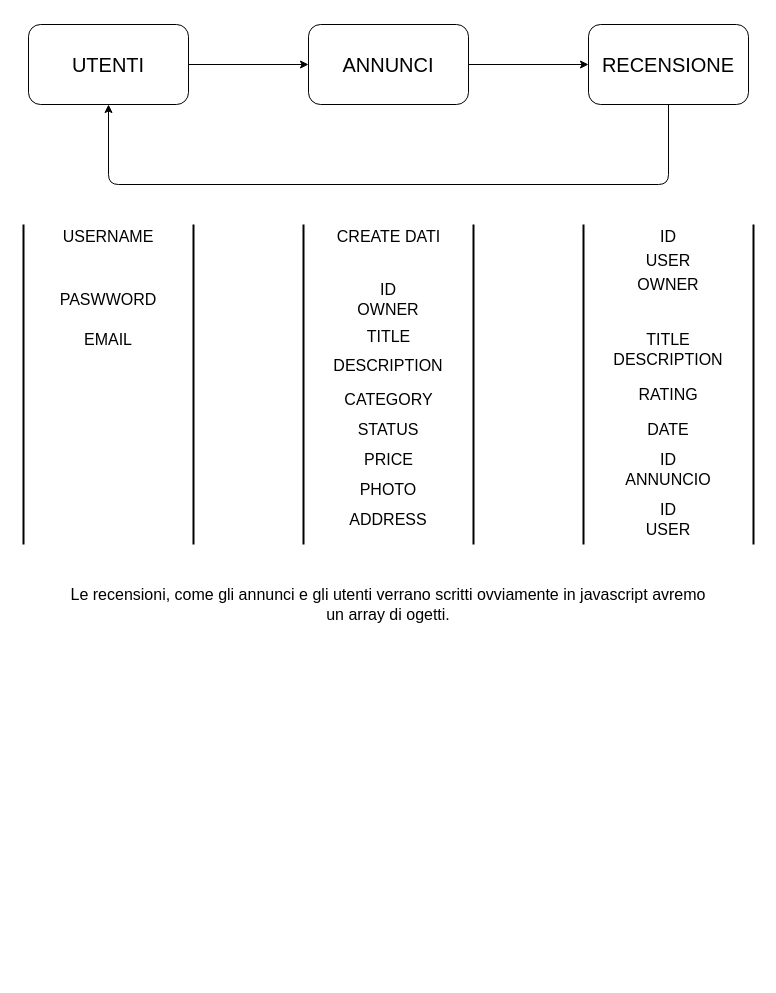
GiuseppeRandazzo/Progetto-Code keeps this draw.io diagram as strutturasitoacquisti.Dio. Above is the earlier version. Source tidied: cells renumbered, new cells numbered last; positions are measured from the earlier drawing's top-left corner, leaving out a move shared by most shapes. Both pictures are drawn from the tidied source at 100%, with x=0, y=0 at pixel (18, 24).
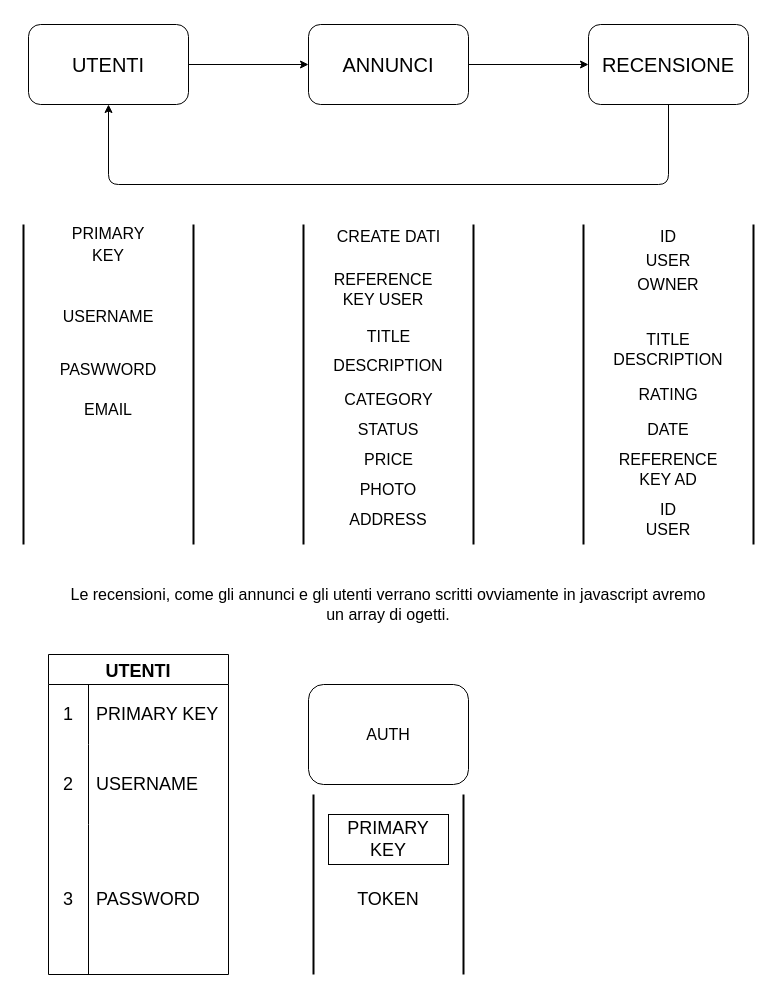
After the change.

What changed in the source:
```diff
@@
     <mxCell id="16" value="&lt;font style=&quot;font-size: 16px;&quot;&gt;USERNAME&lt;/font&gt;" style="text;strokeColor=none;align=center;fillColor=none;html=1;verticalAlign=middle;whiteSpace=wrap;rounded=1;fontSize=21;" parent="1" vertex="1">
-      <mxGeometry x="60" y="190" width="60" height="40" as="geometry" />
+      <mxGeometry x="60" y="270" width="60" height="40" as="geometry" />
     </mxCell>
@@
     <mxCell id="22" value="PASWWORD" style="text;strokeColor=none;align=center;fillColor=none;html=1;verticalAlign=middle;whiteSpace=wrap;rounded=1;fontSize=16;" parent="1" vertex="1">
-      <mxGeometry x="60" y="260" width="60" height="30" as="geometry" />
+      <mxGeometry x="60" y="330" width="60" height="30" as="geometry" />
     </mxCell>
     <mxCell id="23" value="EMAIL" style="text;strokeColor=none;align=center;fillColor=none;html=1;verticalAlign=middle;whiteSpace=wrap;rounded=1;fontSize=16;" parent="1" vertex="1">
-      <mxGeometry x="60" y="300" width="60" height="30" as="geometry" />
+      <mxGeometry x="60" y="370" width="60" height="30" as="geometry" />
     </mxCell>
@@
-    <mxCell id="26" value="&lt;span style=&quot;font-family: Helvetica; font-size: 16px;&quot;&gt;DESCRIPTION&lt;/span&gt;" style="text;strokeColor=none;align=center;fillColor=none;html=1;verticalAlign=middle;whiteSpace=wrap;rounded=0;sketch=1;hachureGap=4;jiggle=2;curveFitting=1;fontFamily=Architects Daughter;fontSize=20;" parent="1" vertex="1">
+    <mxCell id="26" value="&lt;span style=&quot;font-family: Helvetica; font-size: 16px;&quot;&gt;DESCRIPTION&lt;/span&gt;" style="text;strokeColor=none;align=center;fillColor=none;html=1;verticalAlign=middle;whiteSpace=wrap;rounded=1;hachureGap=4;fontFamily=Architects Daughter;fontSize=20;" parent="1" vertex="1">
       <mxGeometry x="340" y="325" width="60" height="30" as="geometry" />
     </mxCell>
-    <mxCell id="27" value="&lt;font style=&quot;font-size: 16px;&quot; face=&quot;Helvetica&quot;&gt;ID USER OWNER&lt;/font&gt;" style="text;strokeColor=none;align=center;fillColor=none;html=1;verticalAlign=middle;whiteSpace=wrap;rounded=0;sketch=1;hachureGap=4;jiggle=2;curveFitting=1;fontFamily=Architects Daughter;fontSize=20;" parent="1" vertex="1">
+    <mxCell id="27" value="&lt;font style=&quot;font-size: 16px;&quot; face=&quot;Helvetica&quot;&gt;ID USER OWNER&lt;/font&gt;" style="text;strokeColor=none;align=center;fillColor=none;html=1;verticalAlign=middle;whiteSpace=wrap;rounded=1;hachureGap=4;fontFamily=Architects Daughter;fontSize=20;" parent="1" vertex="1">
       <mxGeometry x="620" y="220" width="60" height="30" as="geometry" />
     </mxCell>
-    <mxCell id="28" value="TITLE&lt;br&gt;DESCRIPTION" style="text;strokeColor=none;align=center;fillColor=none;html=1;verticalAlign=middle;whiteSpace=wrap;rounded=0;sketch=1;hachureGap=4;jiggle=2;curveFitting=1;fontFamily=Helvetica;fontSize=16;" parent="1" vertex="1">
+    <mxCell id="28" value="TITLE&lt;br&gt;DESCRIPTION" style="text;strokeColor=none;align=center;fillColor=none;html=1;verticalAlign=middle;whiteSpace=wrap;rounded=1;hachureGap=4;fontFamily=Helvetica;fontSize=16;" parent="1" vertex="1">
       <mxGeometry x="620" y="310" width="60" height="30" as="geometry" />
     </mxCell>
-    <mxCell id="29" value="RATING" style="text;strokeColor=none;align=center;fillColor=none;html=1;verticalAlign=middle;whiteSpace=wrap;rounded=0;sketch=1;hachureGap=4;jiggle=2;curveFitting=1;fontFamily=Helvetica;fontSize=16;" parent="1" vertex="1">
+    <mxCell id="29" value="RATING" style="text;strokeColor=none;align=center;fillColor=none;html=1;verticalAlign=middle;whiteSpace=wrap;rounded=1;hachureGap=4;fontFamily=Helvetica;fontSize=16;" parent="1" vertex="1">
       <mxGeometry x="620" y="355" width="60" height="30" as="geometry" />
     </mxCell>
-    <mxCell id="30" value="DATE" style="text;strokeColor=none;align=center;fillColor=none;html=1;verticalAlign=middle;whiteSpace=wrap;rounded=0;sketch=1;hachureGap=4;jiggle=2;curveFitting=1;fontFamily=Helvetica;fontSize=16;" parent="1" vertex="1">
+    <mxCell id="30" value="DATE" style="text;strokeColor=none;align=center;fillColor=none;html=1;verticalAlign=middle;whiteSpace=wrap;rounded=1;hachureGap=4;fontFamily=Helvetica;fontSize=16;" parent="1" vertex="1">
       <mxGeometry x="620" y="390" width="60" height="30" as="geometry" />
     </mxCell>
-    <mxCell id="31" value="ID ANNUNCIO" style="text;strokeColor=none;align=center;fillColor=none;html=1;verticalAlign=middle;whiteSpace=wrap;rounded=0;sketch=1;hachureGap=4;jiggle=2;curveFitting=1;fontFamily=Helvetica;fontSize=16;" parent="1" vertex="1">
+    <mxCell id="31" value="REFERENCE KEY AD" style="text;strokeColor=none;align=center;fillColor=none;html=1;verticalAlign=middle;whiteSpace=wrap;rounded=1;hachureGap=4;fontFamily=Helvetica;fontSize=16;" parent="1" vertex="1">
       <mxGeometry x="620" y="430" width="60" height="30" as="geometry" />
     </mxCell>
-    <mxCell id="32" value="ID OWNER" style="text;strokeColor=none;align=center;fillColor=none;html=1;verticalAlign=middle;whiteSpace=wrap;rounded=0;sketch=1;hachureGap=4;jiggle=2;curveFitting=1;fontFamily=Helvetica;fontSize=16;" parent="1" vertex="1">
-      <mxGeometry x="340" y="260" width="60" height="30" as="geometry" />
+    <mxCell id="32" value="REFERENCE KEY USER&lt;br&gt;" style="text;strokeColor=none;align=center;fillColor=none;html=1;verticalAlign=middle;whiteSpace=wrap;rounded=1;hachureGap=4;fontFamily=Helvetica;fontSize=16;" parent="1" vertex="1">
+      <mxGeometry x="335" y="250" width="60" height="30" as="geometry" />
     </mxCell>
-    <mxCell id="33" value="ID USER&lt;br&gt;" style="text;strokeColor=none;align=center;fillColor=none;html=1;verticalAlign=middle;whiteSpace=wrap;rounded=0;sketch=1;hachureGap=4;jiggle=2;curveFitting=1;fontFamily=Helvetica;fontSize=16;" parent="1" vertex="1">
+    <mxCell id="33" value="ID USER&lt;br&gt;" style="text;strokeColor=none;align=center;fillColor=none;html=1;verticalAlign=middle;whiteSpace=wrap;rounded=1;hachureGap=4;fontFamily=Helvetica;fontSize=16;" parent="1" vertex="1">
       <mxGeometry x="620" y="480" width="60" height="30" as="geometry" />
     </mxCell>
-    <mxCell id="34" value="Le recensioni, come gli annunci e gli utenti verrano scritti ovviamente in javascript avremo un array di ogetti." style="text;strokeColor=none;align=center;fillColor=none;html=1;verticalAlign=middle;whiteSpace=wrap;rounded=0;sketch=1;hachureGap=4;jiggle=2;curveFitting=1;fontFamily=Helvetica;fontSize=16;" parent="1" vertex="1">
+    <mxCell id="34" value="Le recensioni, come gli annunci e gli utenti verrano scritti ovviamente in javascript avremo un array di ogetti." style="text;strokeColor=none;align=center;fillColor=none;html=1;verticalAlign=middle;whiteSpace=wrap;rounded=1;hachureGap=4;fontFamily=Helvetica;fontSize=16;" parent="1" vertex="1">
       <mxGeometry x="50" y="520" width="640" height="120" as="geometry" />
     </mxCell>
+    <mxCell id="35" value="AUTH" style="whiteSpace=wrap;html=1;rounded=1;hachureGap=4;fontFamily=Helvetica;fontSize=16;" parent="1" vertex="1">
+      <mxGeometry x="290" y="660" width="160" height="100" as="geometry" />
+    </mxCell>
+    <mxCell id="36" style="line;strokeWidth=2;direction=south;html=1;" parent="1" vertex="1">
+      <mxGeometry x="440" y="770" width="10" height="180" as="geometry" />
+    </mxCell>
+    <mxCell id="37" style="line;strokeWidth=2;direction=south;html=1;" parent="1" vertex="1">
+      <mxGeometry x="290" y="770" width="10" height="180" as="geometry" />
+    </mxCell>
+    <mxCell id="38" value="&lt;font style=&quot;font-size: 18px;&quot;&gt;PRIMARY KEY&lt;br&gt;&lt;/font&gt;" style="whiteSpace=wrap;html=1;" parent="1" vertex="1">
+      <mxGeometry x="310" y="790" width="120" height="50" as="geometry" />
+    </mxCell>
+    <mxCell id="39" value="UTENTI" style="shape=table;startSize=30;childLayout=tableLayout;rowLines=0;fontStyle=1;fontSize=18;" parent="1" vertex="1">
+      <mxGeometry x="30" y="630" width="180" height="320" as="geometry" />
+    </mxCell>
+    <mxCell id="40" style="shape=tableRow;horizontal=0;startSize=0;swimlaneHead=0;swimlaneBody=0;top=0;left=0;bottom=0;right=0;fillColor=none;fontSize=18;" parent="39" vertex="1">
+      <mxGeometry y="30" width="180" height="60" as="geometry" />
+    </mxCell>
+    <mxCell id="41" value="1" style="shape=partialRectangle;html=1;whiteSpace=wrap;fillColor=none;top=0;left=0;bottom=0;right=0;overflow=hidden;fontSize=18;" parent="40" vertex="1">
+      <mxGeometry width="40" height="60" as="geometry" />
+    </mxCell>
+    <mxCell id="42" value="PRIMARY KEY" style="shape=partialRectangle;html=1;whiteSpace=wrap;fillColor=none;top=0;left=0;bottom=0;right=0;align=left;spacingLeft=6;overflow=hidden;fontSize=18;" parent="40" vertex="1">
+      <mxGeometry x="40" width="140" height="60" as="geometry" />
+    </mxCell>
+    <mxCell id="43" style="shape=tableRow;horizontal=0;startSize=0;swimlaneHead=0;swimlaneBody=0;top=0;left=0;bottom=0;right=0;fillColor=none;fontSize=18;" parent="39" vertex="1">
+      <mxGeometry y="90" width="180" height="80" as="geometry" />
+    </mxCell>
+    <mxCell id="44" value="2" style="shape=partialRectangle;html=1;whiteSpace=wrap;fillColor=none;top=0;left=0;bottom=0;right=0;overflow=hidden;fontSize=18;" parent="43" vertex="1">
+      <mxGeometry width="40" height="80" as="geometry" />
+    </mxCell>
+    <mxCell id="45" value="USERNAME" style="shape=partialRectangle;html=1;whiteSpace=wrap;fillColor=none;top=0;left=0;bottom=0;right=0;align=left;spacingLeft=6;overflow=hidden;fontSize=18;" parent="43" vertex="1">
+      <mxGeometry x="40" width="140" height="80" as="geometry" />
+    </mxCell>
+    <mxCell id="46" style="shape=tableRow;horizontal=0;startSize=0;swimlaneHead=0;swimlaneBody=0;top=0;left=0;bottom=0;right=0;fillColor=none;fontSize=18;" parent="39" vertex="1">
+      <mxGeometry y="170" width="180" height="150" as="geometry" />
+    </mxCell>
+    <mxCell id="47" value="3" style="shape=partialRectangle;html=1;whiteSpace=wrap;fillColor=none;top=0;left=0;bottom=0;right=0;overflow=hidden;fontSize=18;" parent="46" vertex="1">
+      <mxGeometry width="40" height="150" as="geometry" />
+    </mxCell>
+    <mxCell id="48" value="PASSWORD" style="shape=partialRectangle;html=1;whiteSpace=wrap;fillColor=none;top=0;left=0;bottom=0;right=0;align=left;spacingLeft=6;overflow=hidden;fontSize=18;" parent="46" vertex="1">
+      <mxGeometry x="40" width="140" height="150" as="geometry" />
+    </mxCell>
+    <mxCell id="49" value="TOKEN" style="text;strokeColor=none;align=center;fillColor=none;html=1;verticalAlign=middle;whiteSpace=wrap;rounded=0;fontSize=18;" parent="1" vertex="1">
+      <mxGeometry x="340" y="860" width="60" height="30" as="geometry" />
+    </mxCell>
+    <mxCell id="50" value="&lt;font style=&quot;font-size: 16px;&quot;&gt;PRIMARY KEY&lt;/font&gt;" style="text;strokeColor=none;align=center;fillColor=none;html=1;verticalAlign=middle;whiteSpace=wrap;rounded=1;fontSize=18;" parent="1" vertex="1">
+      <mxGeometry x="60" y="200" width="60" height="40" as="geometry" />
+    </mxCell>
```
